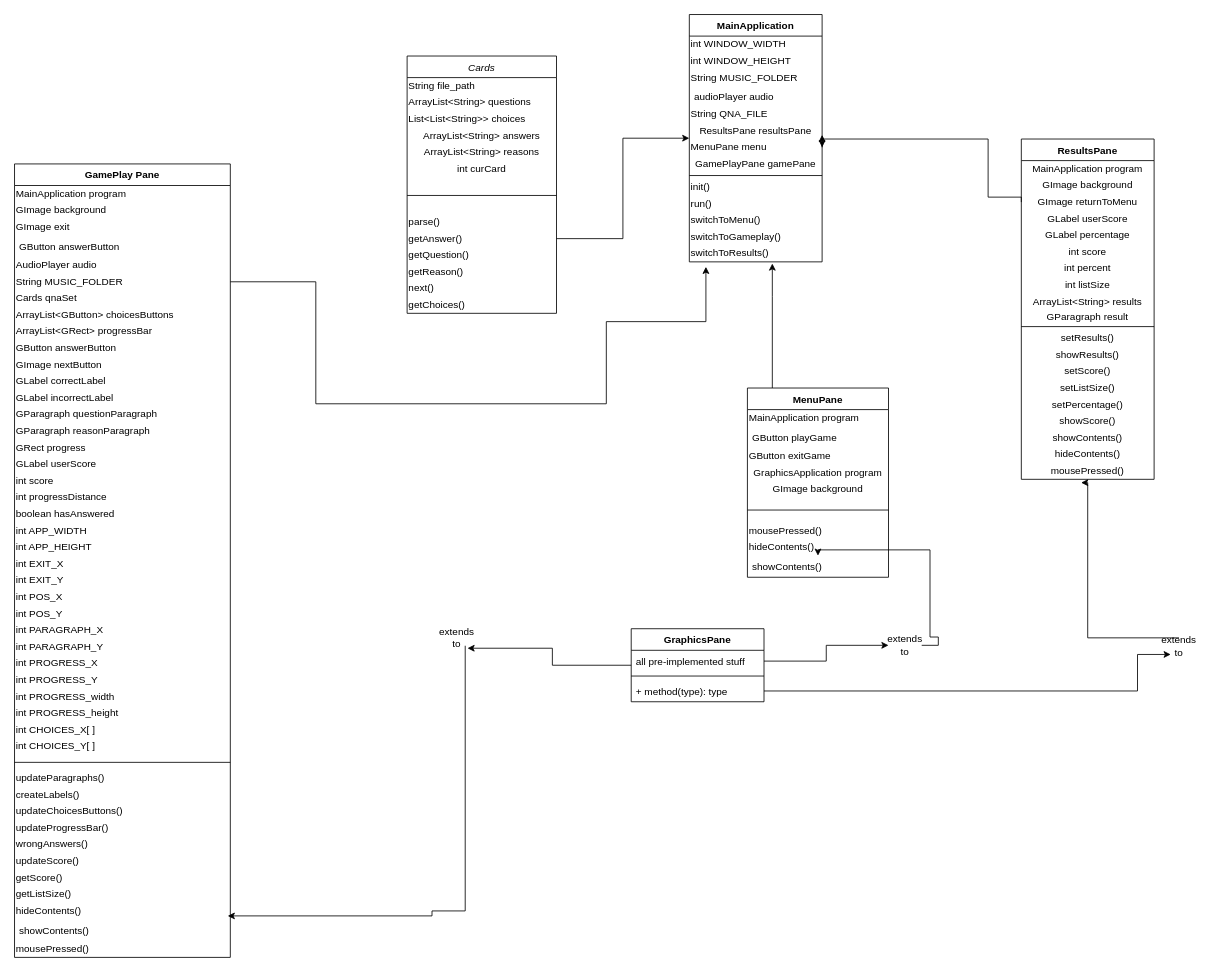
This is Untitled Diagram.drawio from Prot0ast/Repository-Name, a draw.io file, before an edit. Source tidied: cells renumbered, new cells numbered last; positions are measured from the earlier drawing's top-left corner, leaving out a move shared by most shapes. Both pictures are drawn from the tidied source at 83%, with x=0, y=0 at pixel (14, 14).
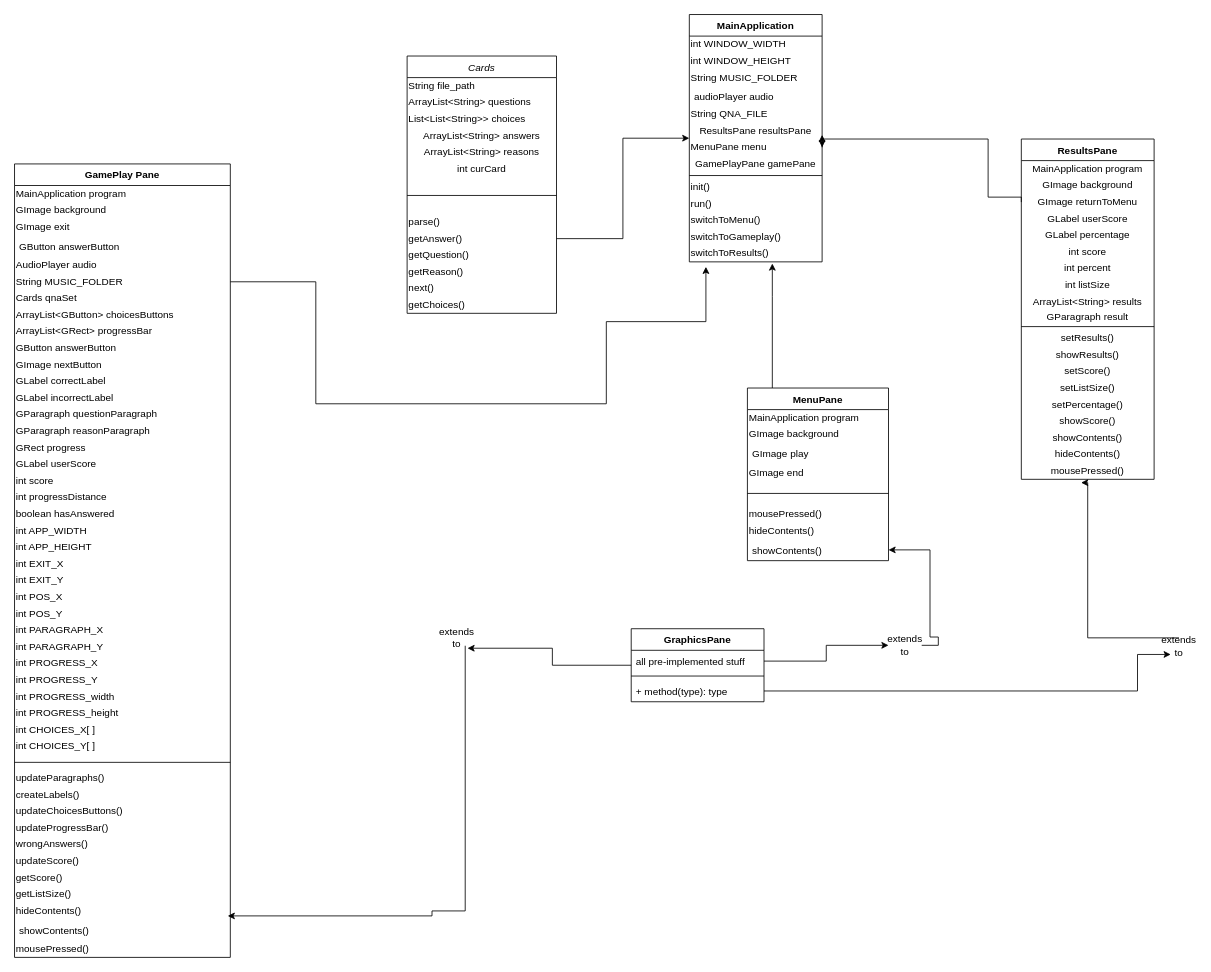
The same page after the edit.

Unchanged cells that the change refers to:
```xml
<mxCell id="100" value="extends to" style="text;html=1;strokeColor=none;fillColor=none;align=center;verticalAlign=middle;whiteSpace=wrap;rounded=0;" parent="1" vertex="1">
  <mxGeometry x="1053" y="750" width="40" height="20" as="geometry" />
</mxCell>
```

Change to the diagram source:
```diff
@@
     <mxCell id="17" value="MenuPane" style="swimlane;fontStyle=1;align=center;verticalAlign=top;horizontal=1;startSize=26;" parent="1" vertex="1">
-      <mxGeometry x="883" y="450" width="170" height="228" as="geometry" />
+      <mxGeometry x="883" y="450" width="170" height="208" as="geometry" />
     </mxCell>
@@
+    <mxCell id="22" value="&lt;div align=&quot;left&quot;&gt;GImage background&lt;/div&gt;" style="text;html=1;strokeColor=none;fillColor=none;align=left;verticalAlign=middle;whiteSpace=wrap;rounded=0;" parent="17" vertex="1">
+      <mxGeometry y="46" width="170" height="20" as="geometry" />
+    </mxCell>
-    <mxCell id="19" value="GButton playGame" style="text;strokeColor=none;fillColor=none;align=left;verticalAlign=top;spacingLeft=4;spacingRight=4;overflow=hidden;" parent="17" vertex="1">
-      <mxGeometry y="46" width="170" height="26" as="geometry" />
+    <mxCell id="19" value="GImage play" style="text;strokeColor=none;fillColor=none;align=left;verticalAlign=top;spacingLeft=4;spacingRight=4;overflow=hidden;" parent="17" vertex="1">
+      <mxGeometry y="66" width="170" height="26" as="geometry" />
     </mxCell>
-    <mxCell id="20" value="&lt;div align=&quot;left&quot;&gt;GButton exitGame&lt;br&gt;&lt;/div&gt;" style="text;html=1;strokeColor=none;fillColor=none;align=left;verticalAlign=middle;whiteSpace=wrap;rounded=0;" parent="17" vertex="1">
-      <mxGeometry y="72" width="170" height="20" as="geometry" />
+    <mxCell id="20" value="&lt;div align=&quot;left&quot;&gt;GImage end&lt;br&gt;&lt;/div&gt;" style="text;html=1;strokeColor=none;fillColor=none;align=left;verticalAlign=middle;whiteSpace=wrap;rounded=0;" parent="17" vertex="1">
+      <mxGeometry y="92" width="170" height="20" as="geometry" />
     </mxCell>
-    <mxCell id="21" value="GraphicsApplication program" style="text;html=1;strokeColor=none;fillColor=none;align=center;verticalAlign=middle;whiteSpace=wrap;rounded=0;" parent="17" vertex="1">
-      <mxGeometry y="92" width="170" height="20" as="geometry" />
-    </mxCell>
-    <mxCell id="22" value="GImage background" style="text;html=1;strokeColor=none;fillColor=none;align=center;verticalAlign=middle;whiteSpace=wrap;rounded=0;" parent="17" vertex="1">
-      <mxGeometry y="112" width="170" height="20" as="geometry" />
-    </mxCell>
     <mxCell id="23" style="line;strokeWidth=1;fillColor=none;align=left;verticalAlign=middle;spacingTop=-1;spacingLeft=3;spacingRight=3;labelPosition=right;" parent="17" vertex="1">
-      <mxGeometry y="132" width="170" height="30" as="geometry" />
+      <mxGeometry y="112" width="170" height="30" as="geometry" />
     </mxCell>
     <mxCell id="24" value="&lt;div align=&quot;left&quot;&gt;mousePressed()&lt;/div&gt;" style="text;html=1;strokeColor=none;fillColor=none;align=left;verticalAlign=middle;whiteSpace=wrap;rounded=0;" parent="17" vertex="1">
-      <mxGeometry y="162" width="170" height="20" as="geometry" />
+      <mxGeometry y="142" width="170" height="20" as="geometry" />
     </mxCell>
     <mxCell id="25" value="&lt;div align=&quot;left&quot;&gt;hideContents()&lt;/div&gt;" style="text;html=1;strokeColor=none;fillColor=none;align=left;verticalAlign=middle;whiteSpace=wrap;rounded=0;" parent="17" vertex="1">
-      <mxGeometry y="182" width="170" height="20" as="geometry" />
+      <mxGeometry y="162" width="170" height="20" as="geometry" />
     </mxCell>
     <mxCell id="26" value="showContents()" style="text;strokeColor=none;fillColor=none;align=left;verticalAlign=top;spacingLeft=4;spacingRight=4;overflow=hidden;points=[[0,0.5],[1,0.5]];portConstraint=eastwest;" parent="17" vertex="1">
-      <mxGeometry y="202" width="170" height="26" as="geometry" />
+      <mxGeometry y="182" width="170" height="26" as="geometry" />
     </mxCell>
@@
-    <mxCell id="97" style="edgeStyle=orthogonalEdgeStyle;rounded=0;jettySize=auto;html=1;exitX=1;exitY=0.5;exitDx=0;exitDy=0;" parent="1" edge="1" source="100" target="26">
+    <mxCell id="97" style="edgeStyle=orthogonalEdgeStyle;rounded=0;jettySize=auto;html=1;exitX=1;exitY=0.5;exitDx=0;exitDy=0;" parent="1" edge="1" source="100">
       <mxGeometry relative="1" as="geometry">
+        <mxPoint x="1053" y="645" as="targetPoint" />
         <Array as="points">
           <mxPoint x="1113" y="760" />
           <mxPoint x="1113" y="750" />
           <mxPoint x="1103" y="750" />
           <mxPoint x="1103" y="645" />
         </Array>
       </mxGeometry>
     </mxCell>
```
